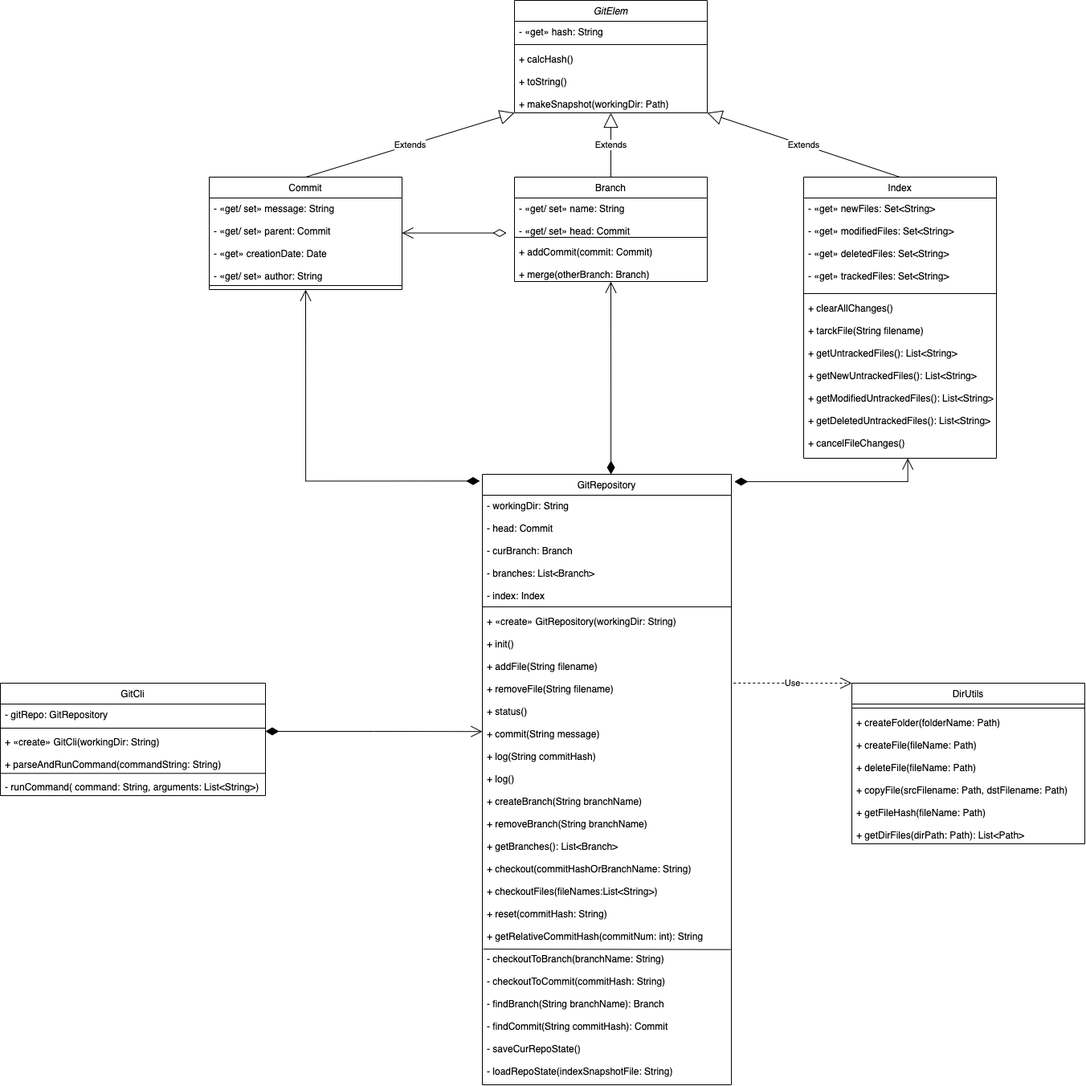
Above: images/GIT-classes-diagram.png in alexbuyan/HW_SD (draw.io), before the change. Source tidied: cells renumbered, new cells last; positions are measured from the earlier drawing's top-left corner, leaving out a move shared by most shapes.
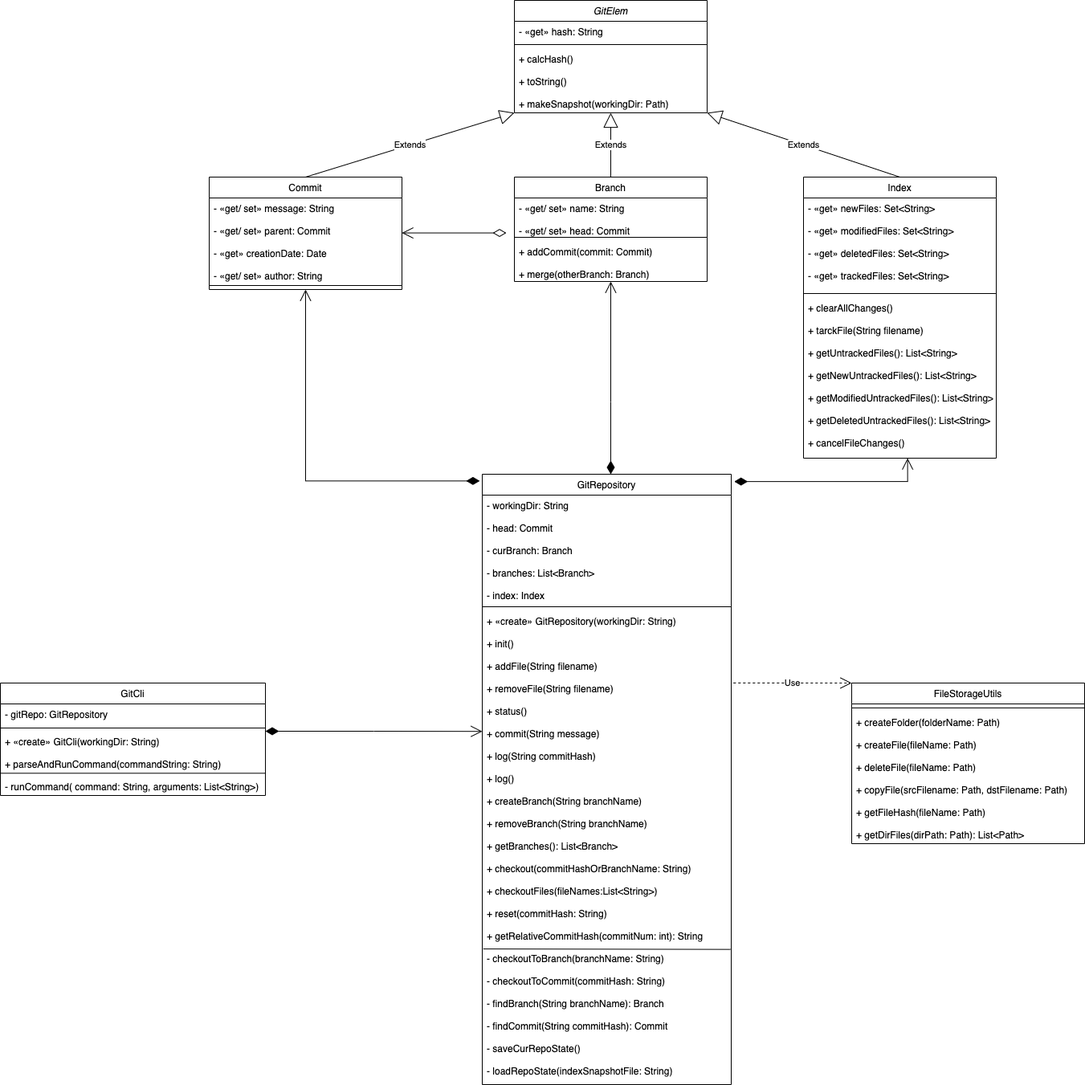
The same file after the commit.

Commit message:
update diagram of classes

The edit, as a diff of the source:
```diff
@@ -77,7 +77,7 @@
     <mxCell id="26" style="endArrow=none;html=1;rounded=0;exitX=0.004;exitY=0.726;exitDx=0;exitDy=0;exitPerimeter=0;entryX=0.997;entryY=0.727;entryDx=0;entryDy=0;entryPerimeter=0;" parent="22" edge="1" source="25" target="25">
       <mxGeometry relative="1" as="geometry" />
     </mxCell>
-    <mxCell id="27" value="DirUtils" style="swimlane;fontStyle=0;align=center;verticalAlign=top;horizontal=1;startSize=26;rounded=0;shadow=0;strokeWidth=1;" parent="1" vertex="1">
+    <mxCell id="27" value="FileStorageUtils" style="swimlane;fontStyle=0;align=center;verticalAlign=top;horizontal=1;startSize=26;rounded=0;shadow=0;strokeWidth=1;" parent="1" vertex="1">
       <mxGeometry x="1060" y="850" width="290" height="200" as="geometry" />
     </mxCell>
     <mxCell id="28" style="line;html=1;strokeWidth=1;align=left;verticalAlign=middle;spacingTop=-1;spacingLeft=3;spacingRight=3;labelPosition=right;" parent="27" vertex="1">
```
